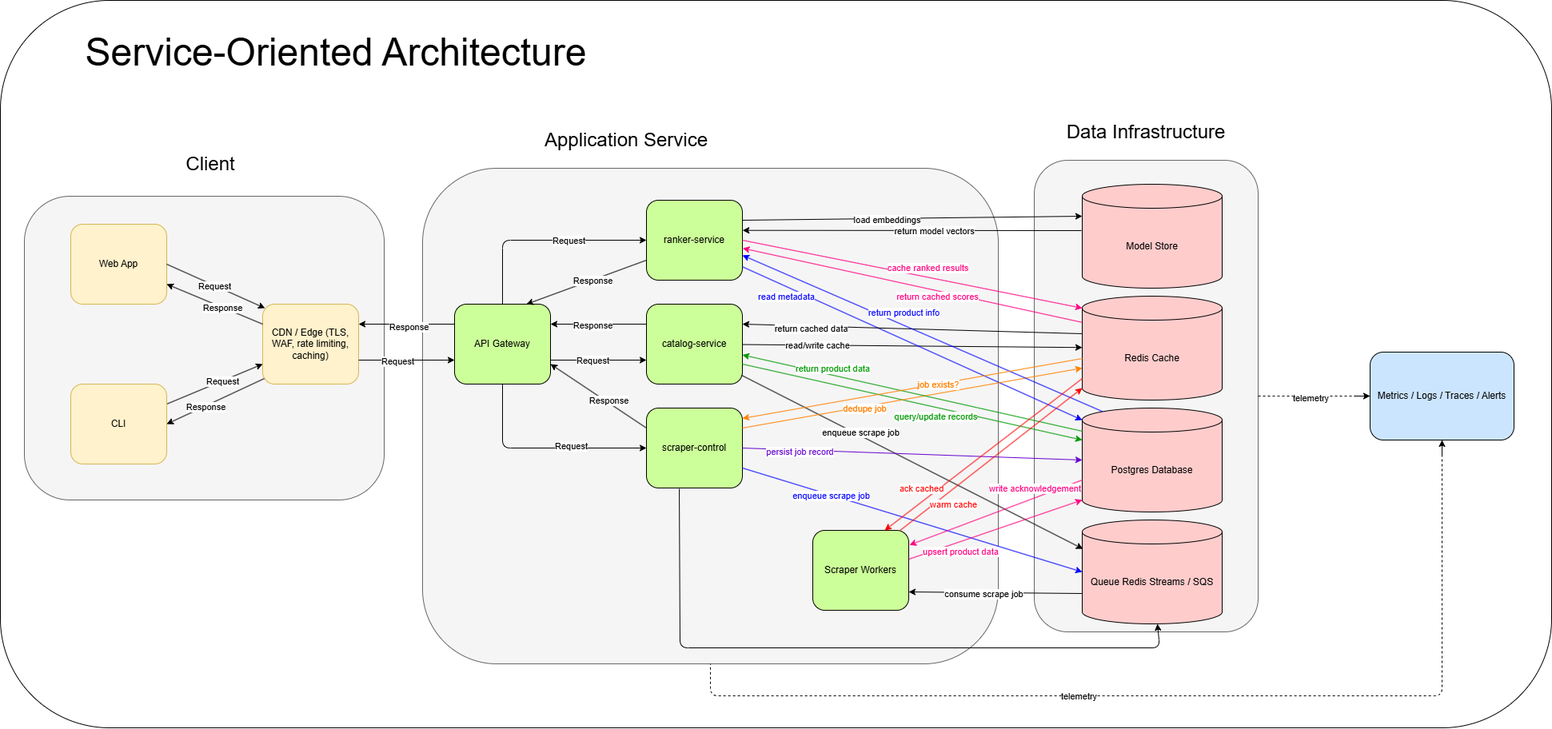
Before: fnd-agent-local/docs/architecture/HLD/HLD.drawio.png, a diagram exported from draw.io (jsfmu/floor-decor-agent). Source tidied: cells renumbered, new cells last; positions are measured from the earlier drawing's top-left corner, leaving out a move shared by most shapes.
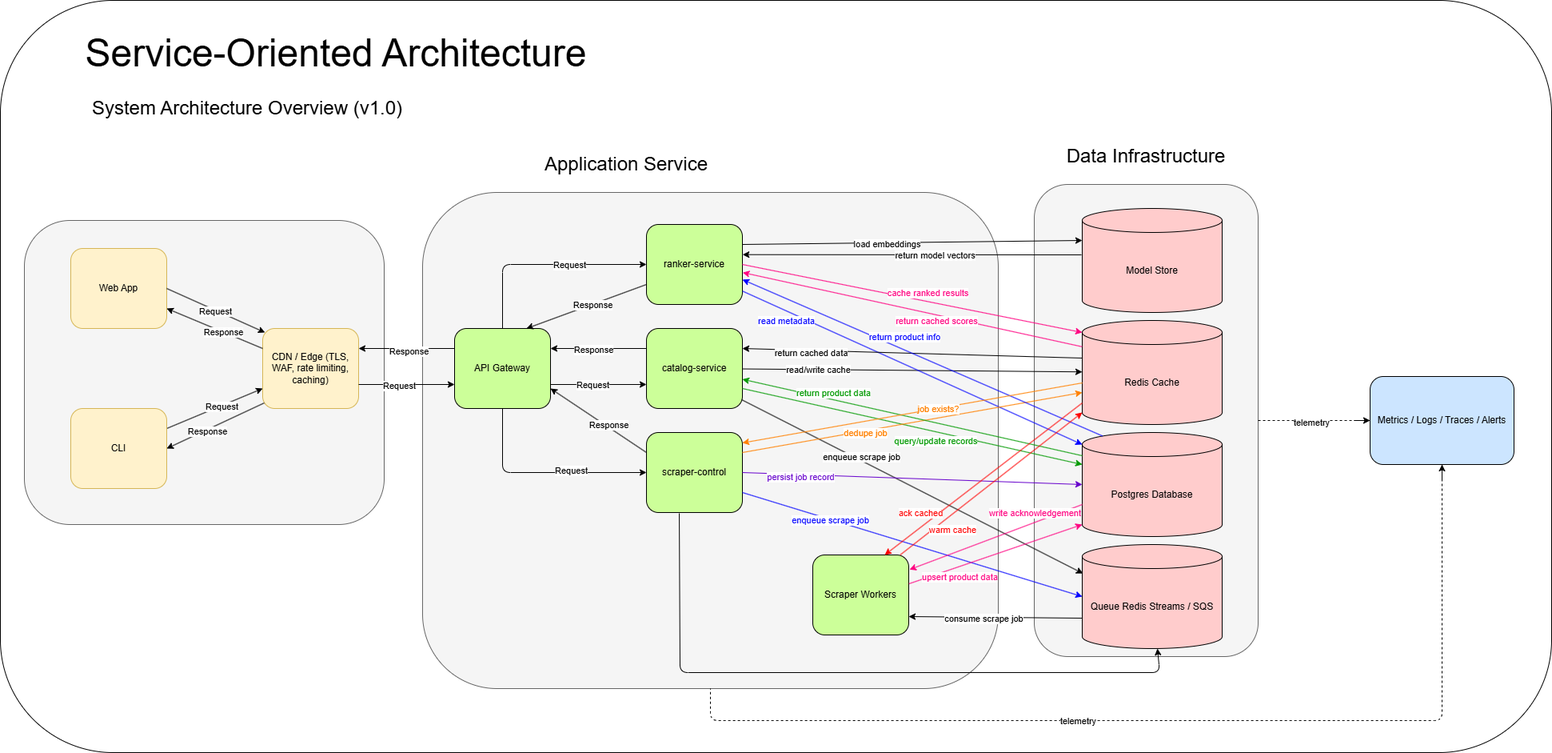
The same diagram one commit later.

Commit message:
Polished header

Diff of the diagram source:
```diff
@@ -3,7 +3,7 @@
     <mxCell id="0" />
     <mxCell id="1" parent="0" />
     <mxCell id="2" style="rounded=1;whiteSpace=wrap;html=1;fillColor=#FFFFFF;" parent="1" vertex="1">
-      <mxGeometry width="1940" height="910" as="geometry" />
+      <mxGeometry y="-30" width="1940" height="940" as="geometry" />
     </mxCell>
     <mxCell id="3" style="rounded=1;whiteSpace=wrap;html=1;fillColor=#f5f5f5;strokeColor=#666666;fontColor=#333333;" parent="1" vertex="1">
       <mxGeometry x="1293" y="200" width="280" height="590" as="geometry" />
@@ -81,8 +81,8 @@
     <mxCell id="22" value="CLI" style="rounded=1;whiteSpace=wrap;html=1;fillColor=#fff2cc;strokeColor=#d6b656;" parent="1" vertex="1">
       <mxGeometry x="88" y="480" width="120" height="100" as="geometry" />
     </mxCell>
-    <mxCell id="23" value="&lt;font style=&quot;font-size: 24px;&quot;&gt;Client&lt;/font&gt;" style="text;html=1;align=center;verticalAlign=middle;whiteSpace=wrap;rounded=0;" parent="1" vertex="1">
-      <mxGeometry x="88" y="170" width="350" height="70" as="geometry" />
+    <mxCell id="23" value="&lt;font style=&quot;font-size: 24px;&quot;&gt;System Architecture Overview (v1.0)&lt;/font&gt;" style="text;html=1;align=center;verticalAlign=middle;whiteSpace=wrap;rounded=0;" parent="1" vertex="1">
+      <mxGeometry x="88" y="70" width="442" height="70" as="geometry" />
     </mxCell>
     <mxCell id="24" style="edgeStyle=none;html=1;exitX=0;exitY=0.25;exitDx=0;exitDy=0;entryX=1;entryY=0.75;entryDx=0;entryDy=0;" parent="1" edge="1" source="25" target="15">
       <mxGeometry relative="1" as="geometry" />
@@ -346,7 +346,7 @@
         <mxPoint x="-8" as="offset" />
       </mxGeometry>
     </mxCell>
-    <mxCell id="93" value="&lt;font style=&quot;font-size: 48px;&quot;&gt;Service-Oriented Architecture&lt;/font&gt;" style="text;html=1;align=center;verticalAlign=middle;whiteSpace=wrap;rounded=0;" parent="1" vertex="1">
+    <mxCell id="93" value="&lt;font style=&quot;font-size: 48px;&quot;&gt;Service-Oriented Architecture&lt;/font&gt;&lt;div&gt;&lt;font style=&quot;font-size: 48px;&quot;&gt;&lt;br&gt;&lt;/font&gt;&lt;/div&gt;" style="text;html=1;align=center;verticalAlign=middle;whiteSpace=wrap;rounded=0;" parent="1" vertex="1">
       <mxGeometry x="80" y="30" width="680" height="70" as="geometry" />
     </mxCell>
   </root>
```
